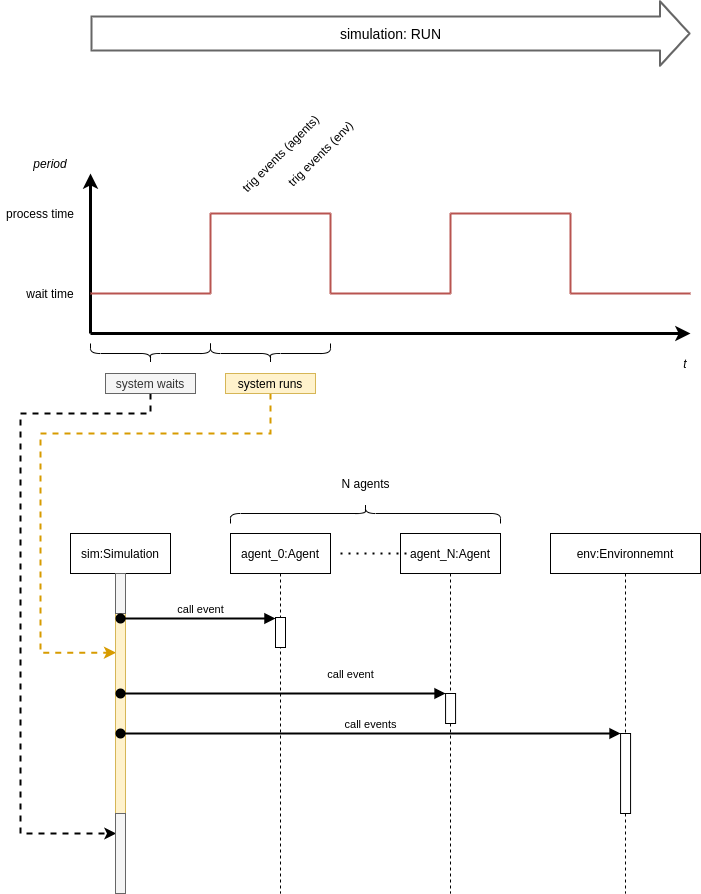
This is .doc/py_light_mas-sequence.png from PouceHeure/py_light_mas, a draw.io export, as it was before one commit. Source tidied: cells renumbered, new cells last; positions are measured from the earlier drawing's top-left corner, leaving out a move shared by most shapes.
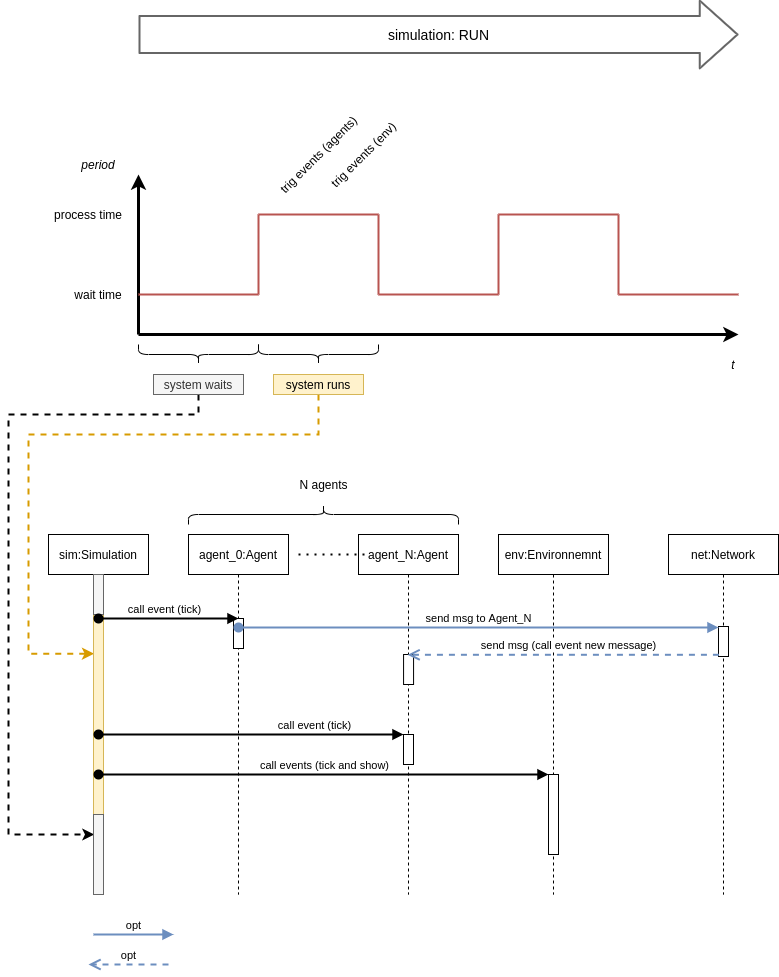
The same diagram one commit later.

Commit message:
update diagram sequence

The edit, as a diff of the source:
```diff
@@ -87,8 +87,8 @@
       <mxGeometry relative="1" as="geometry">
         <Array as="points">
           <mxPoint x="150" y="380" />
-          <mxPoint x="20" y="380" />
-          <mxPoint x="20" y="800" />
+          <mxPoint x="-40" y="380" />
+          <mxPoint x="-40" y="800" />
         </Array>
       </mxGeometry>
     </mxCell>
@@ -99,8 +99,8 @@
       <mxGeometry relative="1" as="geometry">
         <Array as="points">
           <mxPoint x="270" y="400" />
-          <mxPoint x="40" y="400" />
-          <mxPoint x="40" y="619" />
+          <mxPoint x="-20" y="400" />
+          <mxPoint x="-20" y="619" />
         </Array>
       </mxGeometry>
     </mxCell>
@@ -108,16 +108,16 @@
       <mxGeometry x="225" y="340" width="90" height="20" as="geometry" />
     </mxCell>
     <mxCell id="22" value="trig events (agents)" style="text;html=1;strokeColor=none;fillColor=none;align=center;verticalAlign=middle;whiteSpace=wrap;rounded=0;direction=west;rotation=-45;" parent="1" vertex="1">
-      <mxGeometry x="220" y="110" width="120" height="20" as="geometry" />
+      <mxGeometry x="210" y="110" width="120" height="20" as="geometry" />
     </mxCell>
     <mxCell id="23" value="trig events (env)" style="text;html=1;strokeColor=none;fillColor=none;align=center;verticalAlign=middle;whiteSpace=wrap;rounded=0;direction=west;rotation=-45;" parent="1" vertex="1">
-      <mxGeometry x="270" y="110" width="100" height="20" as="geometry" />
+      <mxGeometry x="265" y="110" width="100" height="20" as="geometry" />
     </mxCell>
     <mxCell id="24" value="period" style="text;html=1;strokeColor=none;fillColor=none;align=center;verticalAlign=middle;whiteSpace=wrap;rounded=0;fontStyle=2;" parent="1" vertex="1">
       <mxGeometry x="10" y="120" width="80" height="20" as="geometry" />
     </mxCell>
     <mxCell id="25" value="sim:Simulation" style="shape=umlLifeline;perimeter=lifelinePerimeter;whiteSpace=wrap;html=1;" parent="1" vertex="1">
-      <mxGeometry x="70" y="500" width="100" height="360" as="geometry" />
+      <mxGeometry y="500" width="100" height="360" as="geometry" />
     </mxCell>
     <mxCell id="26" style="html=1;points=[];perimeter=orthogonalPerimeter;fillColor=#fff2cc;strokeColor=#d6b656;" parent="25" vertex="1">
       <mxGeometry x="45" y="80" width="10" height="200" as="geometry" />
@@ -129,63 +129,89 @@
       <mxGeometry x="45" y="40" width="10" height="40" as="geometry" />
     </mxCell>
     <mxCell id="29" value="agent_0:Agent" style="shape=umlLifeline;perimeter=lifelinePerimeter;whiteSpace=wrap;html=1;" parent="1" vertex="1">
-      <mxGeometry x="230" y="500" width="100" height="360" as="geometry" />
+      <mxGeometry x="140" y="500" width="100" height="360" as="geometry" />
     </mxCell>
     <mxCell id="30" value="agent_N:Agent" style="shape=umlLifeline;perimeter=lifelinePerimeter;whiteSpace=wrap;html=1;outlineConnect=0;" parent="1" vertex="1">
-      <mxGeometry x="400" y="500" width="100" height="360" as="geometry" />
+      <mxGeometry x="310" y="500" width="100" height="360" as="geometry" />
     </mxCell>
     <mxCell id="31" style="html=1;points=[];perimeter=orthogonalPerimeter;" parent="30" vertex="1">
-      <mxGeometry x="45.1" y="160" width="10" height="30" as="geometry" />
+      <mxGeometry x="45.1" y="120" width="10" height="30" as="geometry" />
     </mxCell>
     <mxCell id="32" style="html=1;points=[];perimeter=orthogonalPerimeter;" parent="1" vertex="1">
-      <mxGeometry x="275" y="584" width="10" height="30" as="geometry" />
+      <mxGeometry x="185" y="584" width="10" height="30" as="geometry" />
     </mxCell>
-    <mxCell id="33" value="call event" style="html=1;verticalAlign=bottom;startArrow=oval;endArrow=block;startSize=8;strokeWidth=2;" parent="1" edge="1">
+    <mxCell id="33" value="call event (tick)" style="html=1;verticalAlign=bottom;startArrow=oval;endArrow=block;startSize=8;strokeWidth=2;" parent="1" edge="1">
       <mxGeometry x="0.81" y="-60" relative="1" as="geometry">
-        <mxPoint x="120" y="585" as="sourcePoint" />
-        <mxPoint x="275" y="585" as="targetPoint" />
-        <Array as="points">
-          <mxPoint x="260" y="585" />
-        </Array>
+        <mxPoint x="50" y="584" as="sourcePoint" />
+        <mxPoint x="190" y="584" as="targetPoint" />
         <mxPoint x="-60" y="-60" as="offset" />
       </mxGeometry>
     </mxCell>
     <mxCell id="34" value="env:Environnemnt" style="shape=umlLifeline;perimeter=lifelinePerimeter;whiteSpace=wrap;html=1;" parent="1" vertex="1">
-      <mxGeometry x="550" y="500" width="150" height="360" as="geometry" />
+      <mxGeometry x="450" y="500" width="110" height="360" as="geometry" />
     </mxCell>
-    <mxCell id="35" style="html=1;points=[];perimeter=orthogonalPerimeter;" parent="1" vertex="1">
-      <mxGeometry x="620.1" y="700" width="10" height="80" as="geometry" />
+    <mxCell id="35" value="call event (tick)" style="html=1;verticalAlign=bottom;startArrow=oval;endArrow=block;startSize=8;strokeWidth=2;" parent="34" edge="1" target="46">
+      <mxGeometry x="0.42" relative="1" as="geometry">
+        <mxPoint x="-400" y="200" as="sourcePoint" />
+        <Array as="points">
+          <mxPoint x="-284.9" y="200" />
+        </Array>
+      </mxGeometry>
     </mxCell>
-    <mxCell id="36" value="call events" style="html=1;verticalAlign=bottom;startArrow=oval;endArrow=block;startSize=8;strokeWidth=2;" parent="1" edge="1" target="35">
+    <mxCell id="36" value="call events (tick and show)" style="html=1;verticalAlign=bottom;startArrow=oval;endArrow=block;startSize=8;strokeWidth=2;" parent="34" edge="1" target="37">
       <mxGeometry relative="1" as="geometry">
-        <mxPoint x="120" y="700" as="sourcePoint" />
+        <mxPoint x="-400" y="240" as="sourcePoint" />
       </mxGeometry>
     </mxCell>
-    <mxCell id="37" value="call event" style="html=1;verticalAlign=bottom;startArrow=oval;endArrow=block;startSize=8;strokeWidth=2;" parent="1" edge="1" target="31">
-      <mxGeometry x="0.42" y="10" relative="1" as="geometry">
-        <mxPoint x="120" y="660" as="sourcePoint" />
-        <Array as="points">
-          <mxPoint x="265.1" y="660" />
-        </Array>
-      </mxGeometry>
+    <mxCell id="37" style="html=1;points=[];perimeter=orthogonalPerimeter;" parent="34" vertex="1">
+      <mxGeometry x="50" y="240" width="10" height="80" as="geometry" />
     </mxCell>
     <mxCell id="38" style="endArrow=none;dashed=1;html=1;dashPattern=1 3;strokeWidth=2;" parent="1" edge="1">
       <mxGeometry relative="1" as="geometry">
-        <mxPoint x="340" y="520" as="sourcePoint" />
-        <mxPoint x="410" y="520" as="targetPoint" />
+        <mxPoint x="250" y="520" as="sourcePoint" />
+        <mxPoint x="320" y="520" as="targetPoint" />
       </mxGeometry>
     </mxCell>
     <mxCell id="39" style="shape=curlyBracket;whiteSpace=wrap;html=1;rounded=1;direction=south;" parent="1" vertex="1">
-      <mxGeometry x="230" y="470" width="270" height="20" as="geometry" />
+      <mxGeometry x="140" y="470" width="270" height="20" as="geometry" />
     </mxCell>
     <mxCell id="40" value="N agents" style="text;html=1;align=center;verticalAlign=middle;" parent="1" vertex="1">
-      <mxGeometry x="335" y="440" width="60" height="20" as="geometry" />
+      <mxGeometry x="245" y="440" width="60" height="20" as="geometry" />
     </mxCell>
-    <mxCell id="41" value="simulation: RUN" style="shape=flexArrow;endArrow=classic;html=1;strokeWidth=2;width=32.94117647058824;endSize=9.185714285714285;strokeColor=#666666;fontSize=14;fillColor=#ffffff;endWidth=28.655462184873947;" parent="1" edge="1">
+    <mxCell id="41" value="simulation: RUN" style="shape=flexArrow;endArrow=classic;html=1;strokeWidth=2;width=36;endSize=11.89;strokeColor=#666666;fontSize=14;fillColor=#ffffff;endWidth=28.655462184873947;" parent="1" edge="1">
       <mxGeometry relative="1" as="geometry">
         <mxPoint x="90" as="sourcePoint" />
         <mxPoint x="690" as="targetPoint" />
       </mxGeometry>
     </mxCell>
+    <mxCell id="42" value="net:Network" style="shape=umlLifeline;perimeter=lifelinePerimeter;whiteSpace=wrap;html=1;" parent="1" vertex="1">
+      <mxGeometry x="620" y="500" width="110" height="360" as="geometry" />
+    </mxCell>
+    <mxCell id="43" style="html=1;points=[];perimeter=orthogonalPerimeter;" parent="42" vertex="1">
+      <mxGeometry x="50" y="92" width="10" height="30" as="geometry" />
+    </mxCell>
+    <mxCell id="44" value="send msg to Agent_N" style="html=1;verticalAlign=bottom;startArrow=oval;endArrow=block;startSize=8;exitX=0.5;exitY=0.3;exitDx=0;exitDy=0;exitPerimeter=0;fillColor=#dae8fc;strokeColor=#6c8ebf;strokeWidth=2;" parent="1" edge="1" source="32">
+      <mxGeometry relative="1" as="geometry">
+        <mxPoint x="670" y="593" as="targetPoint" />
+      </mxGeometry>
+    </mxCell>
+    <mxCell id="45" value="send msg (call event new message)" style="html=1;verticalAlign=bottom;endArrow=open;dashed=1;endSize=8;exitX=0.043;exitY=0.943;exitDx=0;exitDy=0;exitPerimeter=0;fillColor=#dae8fc;strokeColor=#6c8ebf;strokeWidth=2;" parent="1" edge="1" source="43" target="30">
+      <mxGeometry x="-0.03" relative="1" as="geometry" />
+    </mxCell>
+    <mxCell id="46" style="html=1;points=[];perimeter=orthogonalPerimeter;" parent="1" vertex="1">
+      <mxGeometry x="355" y="700" width="10" height="30" as="geometry" />
+    </mxCell>
+    <mxCell id="47" value="opt" style="html=1;verticalAlign=bottom;endArrow=block;strokeWidth=2;fillColor=#dae8fc;strokeColor=#6c8ebf;" parent="1" edge="1">
+      <mxGeometry relative="1" as="geometry">
+        <mxPoint x="45" y="900" as="sourcePoint" />
+        <mxPoint x="125" y="900" as="targetPoint" />
+      </mxGeometry>
+    </mxCell>
+    <mxCell id="48" value="opt" style="html=1;verticalAlign=bottom;endArrow=open;dashed=1;endSize=8;strokeWidth=2;fillColor=#dae8fc;strokeColor=#6c8ebf;" parent="1" edge="1">
+      <mxGeometry relative="1" as="geometry">
+        <mxPoint x="120" y="930" as="sourcePoint" />
+        <mxPoint x="40" y="930" as="targetPoint" />
+      </mxGeometry>
+    </mxCell>
   </root>
 </mxGraphModel>
```
